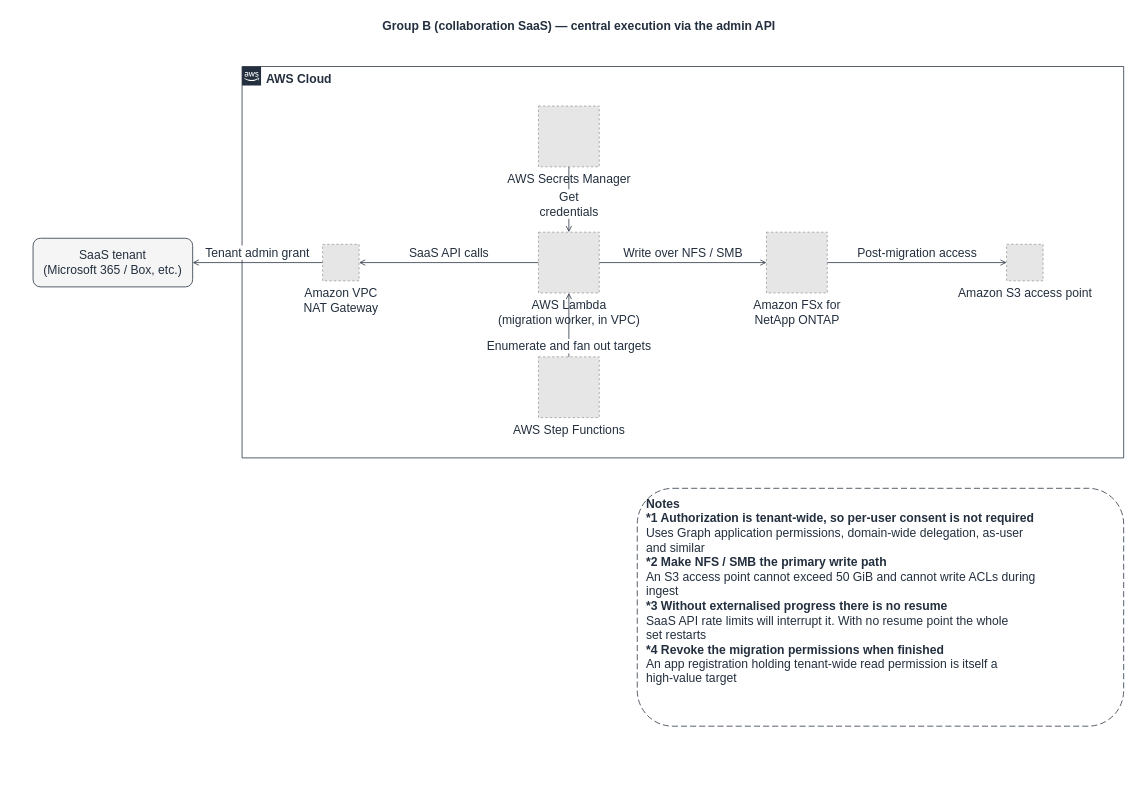
The draw.io diagram docs/diagrams/saas-migration-group-b-worker-en.drawio in Yoshiki0705/FSx-for-ONTAP-S3AccessPoints-Serverless-Patterns, before the edit. Source tidied: cells renumbered, new cells numbered last; positions are measured from the earlier drawing's top-left corner, leaving out a move shared by most shapes. Both pictures are drawn from the tidied source at 76%, with x=0, y=0 at pixel (33, 13). Pictures stored in the file or linked from it are replaced by grey dashed boxes.
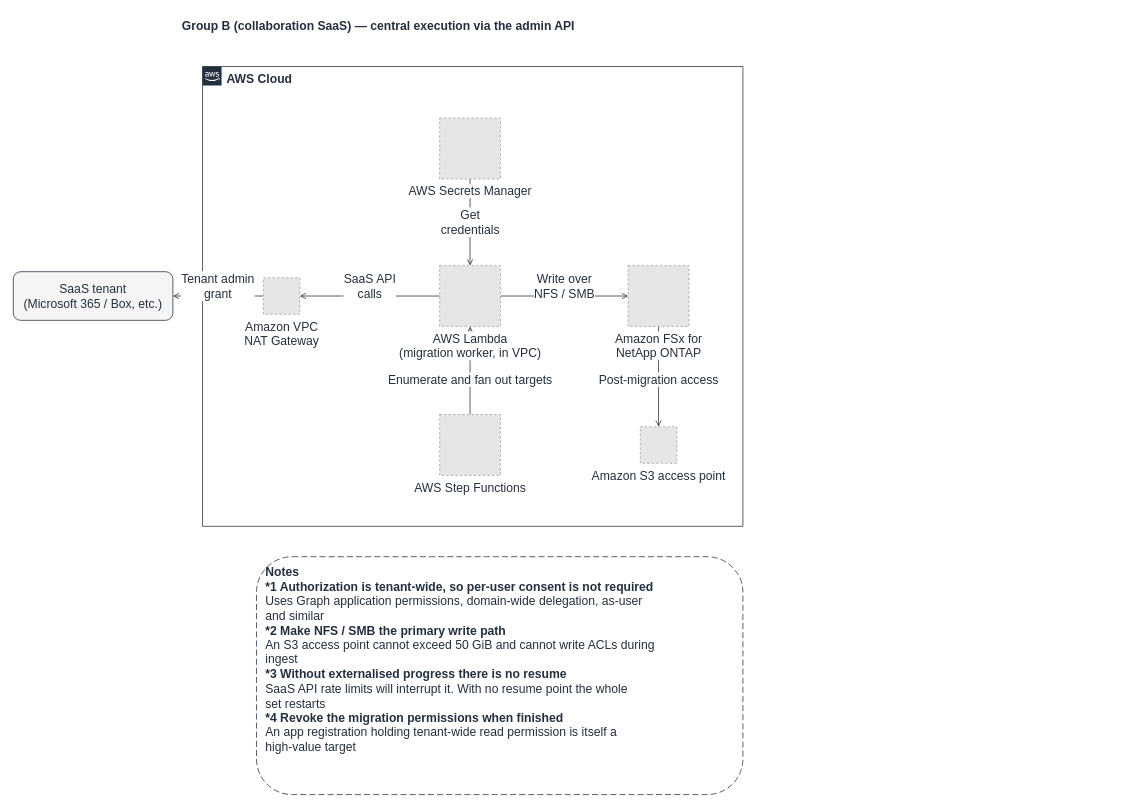
Above is the later version.

What changed in the source:
```diff
@@
     <mxCell id="2" value="Group B (collaboration SaaS) — central execution via the admin API" style="text;html=1;align=center;verticalAlign=middle;fontSize=16;fontStyle=1;fontColor=#232F3E;" parent="1" vertex="1">
-      <mxGeometry width="1435" height="34" as="geometry" />
+      <mxGeometry x="-26" width="960" height="34" as="geometry" />
     </mxCell>
     <mxCell id="3" value="AWS Cloud" style="gradientColor=none;html=1;whiteSpace=wrap;fontSize=16;fontStyle=1;shape=mxgraph.aws4.group;grIcon=mxgraph.aws4.group_aws_cloud_alt;strokeColor=#232F3E;fillColor=none;verticalAlign=top;align=left;spacingLeft=30;fontColor=#232F3E;dashed=0;" parent="1" vertex="1">
-      <mxGeometry x="275" y="70" width="1160" height="515" as="geometry" />
+      <mxGeometry x="223" y="70" width="711" height="605" as="geometry" />
     </mxCell>
+    <mxCell id="11" value="SaaS API&lt;br&gt;calls" style="edgeStyle=orthogonalEdgeStyle;rounded=0;jettySize=auto;html=1;endArrow=open;endFill=0;strokeColor=#232F3E;strokeWidth=1;fontSize=16;fontColor=#232F3E;labelBackgroundColor=#ffffff;" parent="1" edge="1" source="7" target="5">
+      <mxGeometry relative="1" as="geometry">
+        <mxPoint y="-13" as="offset" />
+      </mxGeometry>
+    </mxCell>
+    <mxCell id="12" value="Tenant admin&lt;br&gt;grant" style="edgeStyle=orthogonalEdgeStyle;rounded=0;jettySize=auto;html=1;endArrow=open;endFill=0;strokeColor=#232F3E;strokeWidth=1;fontSize=16;fontColor=#232F3E;labelBackgroundColor=#ffffff;" parent="1" edge="1" source="5" target="4">
+      <mxGeometry relative="1" as="geometry">
+        <mxPoint y="-13" as="offset" />
+      </mxGeometry>
+    </mxCell>
+    <mxCell id="13" value="Get&lt;br&gt;credentials" style="edgeStyle=orthogonalEdgeStyle;rounded=0;jettySize=auto;html=1;endArrow=open;endFill=0;strokeColor=#232F3E;strokeWidth=1;fontSize=16;fontColor=#232F3E;labelBackgroundColor=#ffffff;" parent="1" edge="1" source="6" target="7">
+      <mxGeometry relative="1" as="geometry" />
+    </mxCell>
+    <mxCell id="14" value="Enumerate and fan out targets" style="edgeStyle=orthogonalEdgeStyle;rounded=0;jettySize=auto;html=1;endArrow=open;endFill=0;strokeColor=#232F3E;strokeWidth=1;fontSize=16;fontColor=#232F3E;labelBackgroundColor=#ffffff;" parent="1" edge="1" source="8" target="7">
+      <mxGeometry relative="1" as="geometry">
+        <mxPoint y="12" as="offset" />
+      </mxGeometry>
+    </mxCell>
+    <mxCell id="15" value="Write over&lt;br&gt;NFS / SMB" style="edgeStyle=orthogonalEdgeStyle;rounded=0;jettySize=auto;html=1;endArrow=open;endFill=0;strokeColor=#232F3E;strokeWidth=1;fontSize=16;fontColor=#232F3E;labelBackgroundColor=#ffffff;" parent="1" edge="1" source="7" target="9">
+      <mxGeometry relative="1" as="geometry">
+        <mxPoint y="-13" as="offset" />
+      </mxGeometry>
+    </mxCell>
+    <mxCell id="16" value="Post-migration access" style="edgeStyle=orthogonalEdgeStyle;rounded=0;jettySize=auto;html=1;endArrow=open;endFill=0;strokeColor=#232F3E;strokeWidth=1;fontSize=16;fontColor=#232F3E;labelBackgroundColor=#ffffff;" parent="1" edge="1" source="9" target="10">
+      <mxGeometry relative="1" as="geometry">
+        <mxPoint y="4" as="offset" />
+      </mxGeometry>
+    </mxCell>
     <mxCell id="4" value="SaaS tenant&lt;br&gt;(Microsoft 365 / Box, etc.)" style="rounded=1;whiteSpace=wrap;html=1;dashed=0;strokeColor=#232F3E;fillColor=#F5F5F5;align=center;verticalAlign=middle;fontSize=16;fontColor=#232F3E;" parent="1" vertex="1">
-      <mxGeometry y="296" width="210" height="64" as="geometry" />
+      <mxGeometry x="-26" y="340" width="210" height="64" as="geometry" />
     </mxCell>
-    <mxCell id="5" value="Amazon VPC&lt;br&gt;NAT Gateway" style="fillColor=#E6E6E6;strokeColor=#999999;dashed=1;html=1;verticalLabelPosition=bottom;verticalAlign=top;labelPosition=center;align=center;fontSize=16;fontColor=#232F3E;" parent="1" vertex="1">
-      <mxGeometry x="381" y="304" width="48" height="48" as="geometry" />
+    <mxCell id="5" value="Amazon VPC&lt;br&gt;NAT Gateway" style="fillColor=#E6E6E6;strokeColor=#999999;dashed=1;html=1;verticalLabelPosition=bottom;verticalAlign=top;labelPosition=center;align=center;fontSize=16;fontColor=#232F3E;labelBackgroundColor=#FFFFFF;" parent="1" vertex="1">
+      <mxGeometry x="303" y="348" width="48" height="48" as="geometry" />
     </mxCell>
-    <mxCell id="6" value="AWS Secrets Manager" style="fillColor=#E6E6E6;strokeColor=#999999;dashed=1;html=1;verticalLabelPosition=bottom;verticalAlign=top;labelPosition=center;align=center;fontSize=16;fontColor=#232F3E;" parent="1" vertex="1">
-      <mxGeometry x="665" y="122" width="80" height="80" as="geometry" />
+    <mxCell id="6" value="AWS Secrets Manager" style="fillColor=#E6E6E6;strokeColor=#999999;dashed=1;html=1;verticalLabelPosition=bottom;verticalAlign=top;labelPosition=center;align=center;fontSize=16;fontColor=#232F3E;labelBackgroundColor=#FFFFFF;" parent="1" vertex="1">
+      <mxGeometry x="535" y="138" width="80" height="80" as="geometry" />
     </mxCell>
-    <mxCell id="7" value="AWS Lambda&lt;br&gt;(migration worker, in VPC)" style="fillColor=#E6E6E6;strokeColor=#999999;dashed=1;html=1;verticalLabelPosition=bottom;verticalAlign=top;labelPosition=center;align=center;fontSize=16;fontColor=#232F3E;" parent="1" vertex="1">
-      <mxGeometry x="665" y="288" width="80" height="80" as="geometry" />
+    <mxCell id="7" value="AWS Lambda&lt;br&gt;(migration worker, in VPC)" style="fillColor=#E6E6E6;strokeColor=#999999;dashed=1;html=1;verticalLabelPosition=bottom;verticalAlign=top;labelPosition=center;align=center;fontSize=16;fontColor=#232F3E;labelBackgroundColor=#FFFFFF;" parent="1" vertex="1">
+      <mxGeometry x="535" y="332" width="80" height="80" as="geometry" />
     </mxCell>
-    <mxCell id="8" value="AWS Step Functions" style="fillColor=#E6E6E6;strokeColor=#999999;dashed=1;html=1;verticalLabelPosition=bottom;verticalAlign=top;labelPosition=center;align=center;fontSize=16;fontColor=#232F3E;" parent="1" vertex="1">
-      <mxGeometry x="665" y="452" width="80" height="80" as="geometry" />
+    <mxCell id="8" value="AWS Step Functions" style="fillColor=#E6E6E6;strokeColor=#999999;dashed=1;html=1;verticalLabelPosition=bottom;verticalAlign=top;labelPosition=center;align=center;fontSize=16;fontColor=#232F3E;labelBackgroundColor=#FFFFFF;" parent="1" vertex="1">
+      <mxGeometry x="535" y="528" width="80" height="80" as="geometry" />
     </mxCell>
-    <mxCell id="9" value="Amazon FSx for&lt;br&gt;NetApp ONTAP" style="fillColor=#E6E6E6;strokeColor=#999999;dashed=1;html=1;verticalLabelPosition=bottom;verticalAlign=top;labelPosition=center;align=center;fontSize=16;fontColor=#232F3E;" parent="1" vertex="1">
-      <mxGeometry x="965" y="288" width="80" height="80" as="geometry" />
+    <mxCell id="9" value="Amazon FSx for&lt;br&gt;NetApp ONTAP" style="fillColor=#E6E6E6;strokeColor=#999999;dashed=1;html=1;verticalLabelPosition=bottom;verticalAlign=top;labelPosition=center;align=center;fontSize=16;fontColor=#232F3E;labelBackgroundColor=#FFFFFF;" parent="1" vertex="1">
+      <mxGeometry x="783" y="332" width="80" height="80" as="geometry" />
     </mxCell>
-    <mxCell id="10" value="Amazon S3 access point" style="fillColor=#E6E6E6;strokeColor=#999999;dashed=1;html=1;verticalLabelPosition=bottom;verticalAlign=top;labelPosition=center;align=center;fontSize=16;fontColor=#232F3E;" parent="1" vertex="1">
-      <mxGeometry x="1281" y="304" width="48" height="48" as="geometry" />
+    <mxCell id="10" value="Amazon S3 access point" style="fillColor=#E6E6E6;strokeColor=#999999;dashed=1;html=1;verticalLabelPosition=bottom;verticalAlign=top;labelPosition=center;align=center;fontSize=16;fontColor=#232F3E;labelBackgroundColor=#FFFFFF;" parent="1" vertex="1">
+      <mxGeometry x="799" y="544" width="48" height="48" as="geometry" />
     </mxCell>
-    <mxCell id="11" value="SaaS API calls" style="edgeStyle=orthogonalEdgeStyle;rounded=0;jettySize=auto;html=1;endArrow=open;endFill=0;strokeColor=#232F3E;strokeWidth=1;fontSize=16;fontColor=#232F3E;labelBackgroundColor=#ffffff;" parent="1" edge="1" source="7" target="5">
-      <mxGeometry relative="1" as="geometry">
-        <mxPoint y="-13" as="offset" />
-      </mxGeometry>
-    </mxCell>
-    <mxCell id="12" value="Tenant admin grant" style="edgeStyle=orthogonalEdgeStyle;rounded=0;jettySize=auto;html=1;endArrow=open;endFill=0;strokeColor=#232F3E;strokeWidth=1;fontSize=16;fontColor=#232F3E;labelBackgroundColor=#ffffff;" parent="1" edge="1" source="5" target="4">
-      <mxGeometry relative="1" as="geometry">
-        <mxPoint y="-13" as="offset" />
-      </mxGeometry>
-    </mxCell>
-    <mxCell id="13" value="Get&lt;br&gt;credentials" style="edgeStyle=orthogonalEdgeStyle;rounded=0;jettySize=auto;html=1;endArrow=open;endFill=0;strokeColor=#232F3E;strokeWidth=1;fontSize=16;fontColor=#232F3E;labelBackgroundColor=#ffffff;" parent="1" edge="1" source="6" target="7">
-      <mxGeometry relative="1" as="geometry">
-        <mxPoint y="6" as="offset" />
-      </mxGeometry>
-    </mxCell>
-    <mxCell id="14" value="Enumerate and fan out targets" style="edgeStyle=orthogonalEdgeStyle;rounded=0;jettySize=auto;html=1;endArrow=open;endFill=0;strokeColor=#232F3E;strokeWidth=1;fontSize=16;fontColor=#232F3E;labelBackgroundColor=#ffffff;" parent="1" edge="1" source="8" target="7">
-      <mxGeometry relative="1" as="geometry">
-        <mxPoint y="28" as="offset" />
-      </mxGeometry>
-    </mxCell>
-    <mxCell id="15" value="Write over NFS / SMB" style="edgeStyle=orthogonalEdgeStyle;rounded=0;jettySize=auto;html=1;endArrow=open;endFill=0;strokeColor=#232F3E;strokeWidth=1;fontSize=16;fontColor=#232F3E;labelBackgroundColor=#ffffff;" parent="1" edge="1" source="7" target="9">
-      <mxGeometry relative="1" as="geometry">
-        <mxPoint y="-13" as="offset" />
-      </mxGeometry>
-    </mxCell>
-    <mxCell id="16" value="Post-migration access" style="edgeStyle=orthogonalEdgeStyle;rounded=0;jettySize=auto;html=1;endArrow=open;endFill=0;strokeColor=#232F3E;strokeWidth=1;fontSize=16;fontColor=#232F3E;labelBackgroundColor=#ffffff;" parent="1" edge="1" source="9" target="10">
-      <mxGeometry relative="1" as="geometry">
-        <mxPoint y="-13" as="offset" />
-      </mxGeometry>
-    </mxCell>
     <mxCell id="17" value="&lt;b&gt;Notes&lt;/b&gt;&lt;br&gt;&lt;b&gt;*1 Authorization is tenant-wide, so per-user consent is not required&lt;/b&gt;&lt;br&gt;Uses Graph application permissions, domain-wide delegation, as-user&lt;br&gt;and similar&lt;br&gt;&lt;b&gt;*2 Make NFS / SMB the primary write path&lt;/b&gt;&lt;br&gt;An S3 access point cannot exceed 50 GiB and cannot write ACLs during&lt;br&gt;ingest&lt;br&gt;&lt;b&gt;*3 Without externalised progress there is no resume&lt;/b&gt;&lt;br&gt;SaaS API rate limits will interrupt it. With no resume point the whole&lt;br&gt;set restarts&lt;br&gt;&lt;b&gt;*4 Revoke the migration permissions when finished&lt;/b&gt;&lt;br&gt;An app registration holding tenant-wide read permission is itself a&lt;br&gt;high-value target" style="rounded=1;whiteSpace=wrap;html=1;dashed=1;dashPattern=8 4;strokeColor=#232F3E;fillColor=#FFFFFF;align=left;verticalAlign=top;spacingLeft=10;spacingTop=4;fontSize=16;fontColor=#232F3E;" parent="1" vertex="1">
-      <mxGeometry x="795" y="625" width="640" height="313" as="geometry" />
+      <mxGeometry x="294" y="715" width="640" height="313" as="geometry" />
     </mxCell>
```
